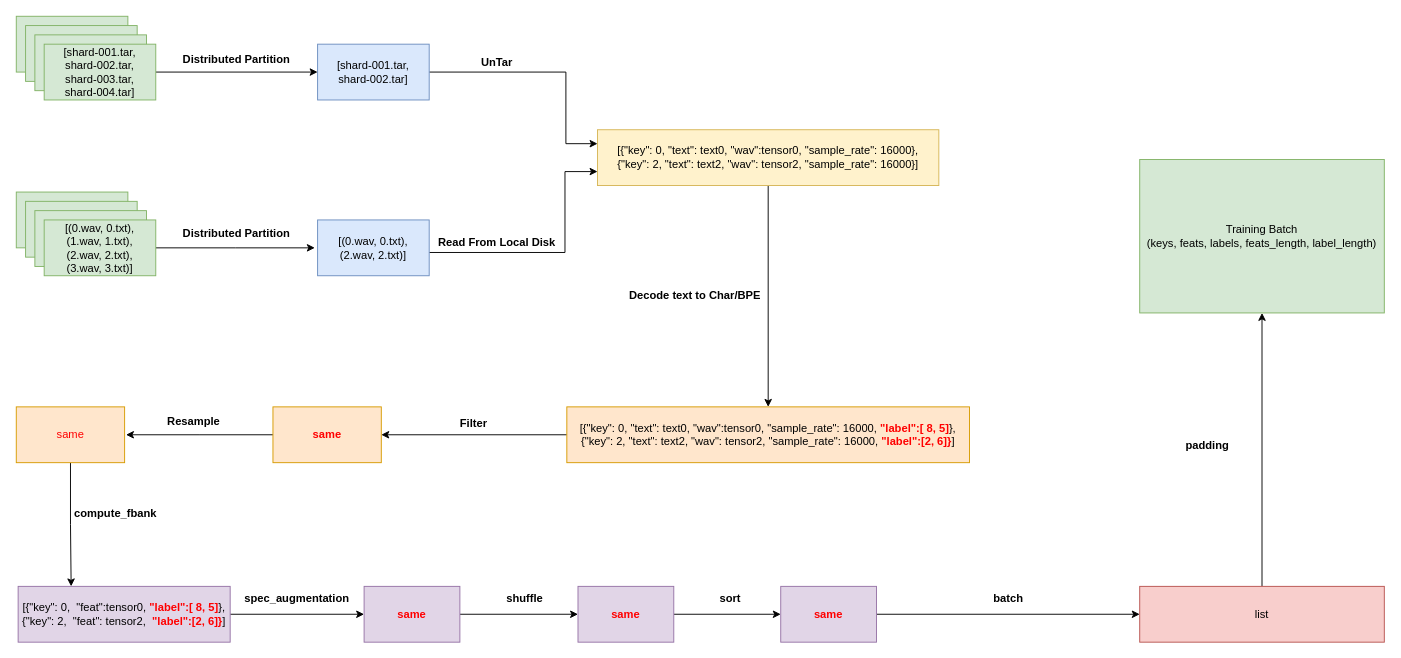
The draw.io diagram wenet_unified_io.drawio in robin1001/draw.io, before the edit. Source tidied: cells renumbered, new cells numbered last; positions are measured from the earlier drawing's top-left corner, leaving out a move shared by most shapes. Both pictures are drawn from the tidied source at 93%, with x=0, y=0 at pixel (16, 16).
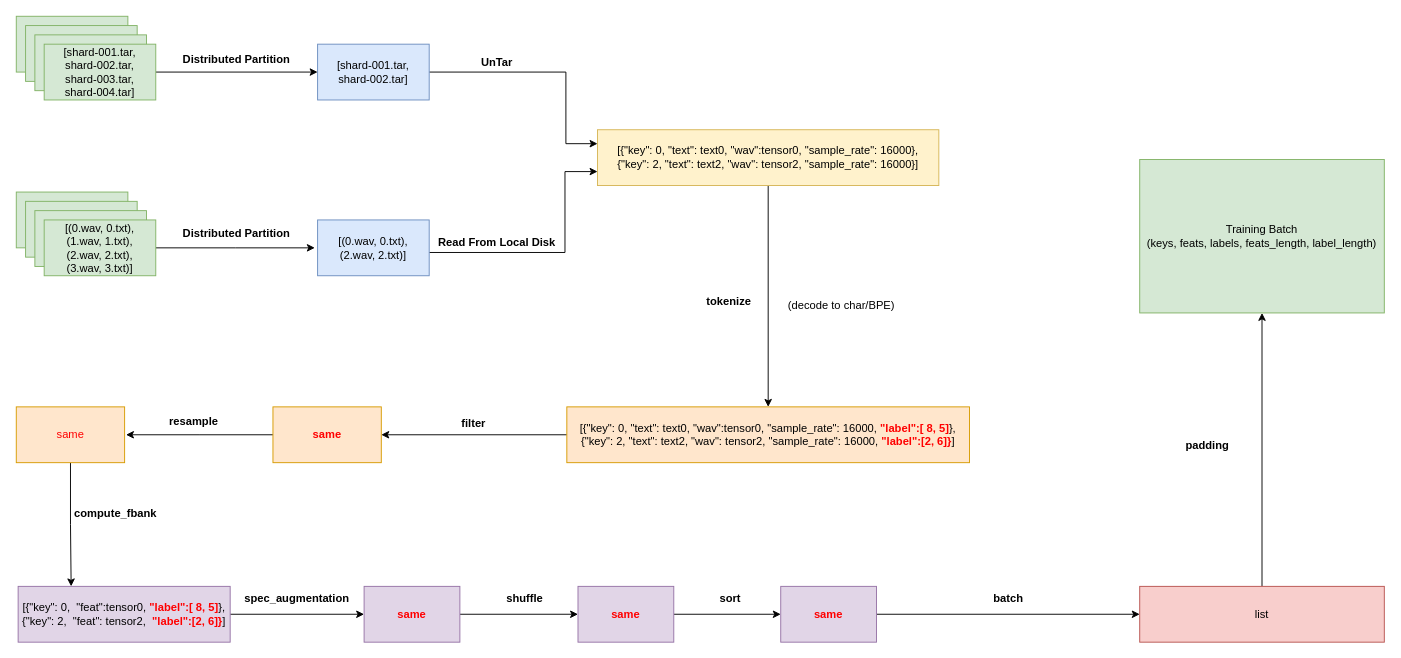
Above is the later version.

Diff of the diagram source:
```diff
@@
-    <mxCell id="24" value="Decode text to Char/BPE" style="text;html=1;strokeColor=none;fillColor=none;align=center;verticalAlign=middle;whiteSpace=wrap;rounded=0;fontStyle=1;" parent="1" vertex="1">
-      <mxGeometry x="652" y="291" width="156" height="20" as="geometry" />
+    <mxCell id="24" value="tokenize" style="text;html=1;strokeColor=none;fillColor=none;align=center;verticalAlign=middle;whiteSpace=wrap;rounded=0;fontStyle=1;" parent="1" vertex="1">
+      <mxGeometry x="711" y="297" width="111" height="20" as="geometry" />
     </mxCell>
@@
-    <mxCell id="27" value="Filter" style="text;html=1;strokeColor=none;fillColor=none;align=center;verticalAlign=middle;whiteSpace=wrap;rounded=0;fontStyle=1;" parent="1" vertex="1">
+    <mxCell id="27" value="filter" style="text;html=1;strokeColor=none;fillColor=none;align=center;verticalAlign=middle;whiteSpace=wrap;rounded=0;fontStyle=1;" parent="1" vertex="1">
       <mxGeometry x="444" y="428" width="96" height="20" as="geometry" />
     </mxCell>
@@
-    <mxCell id="30" value="Resample" style="text;html=1;strokeColor=none;fillColor=none;align=center;verticalAlign=middle;whiteSpace=wrap;rounded=0;fontStyle=1;" parent="1" vertex="1">
+    <mxCell id="30" value="resample" style="text;html=1;strokeColor=none;fillColor=none;align=center;verticalAlign=middle;whiteSpace=wrap;rounded=0;fontStyle=1;" parent="1" vertex="1">
       <mxGeometry x="143" y="426" width="96" height="20" as="geometry" />
     </mxCell>
@@
+    <mxCell id="49" value="(decode to char/BPE)" style="text;html=1;strokeColor=none;fillColor=none;align=center;verticalAlign=middle;whiteSpace=wrap;rounded=0;" parent="1" vertex="1">
+      <mxGeometry x="822" y="296" width="131" height="30" as="geometry" />
+    </mxCell>
```
